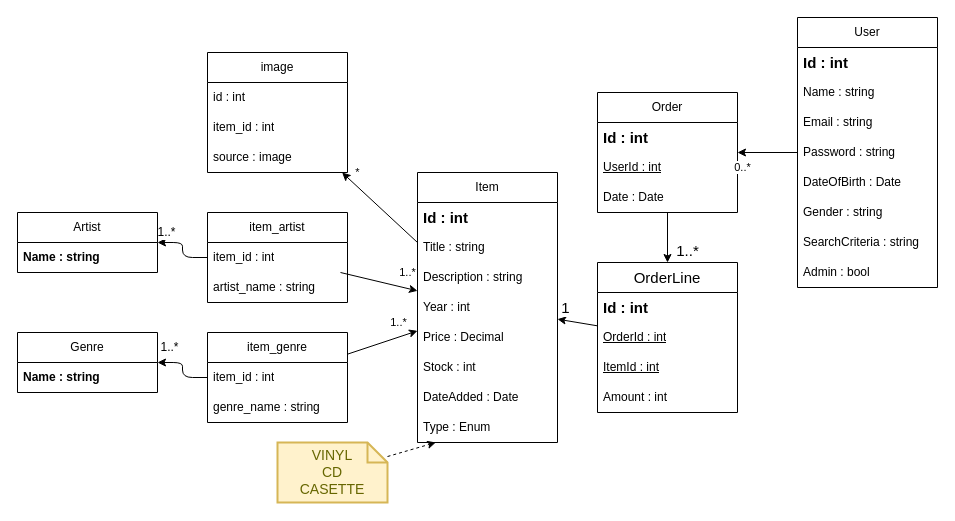
JochemGrootherder/educom-webshop-runtime-records keeps this draw.io diagram as diagrams/ERD.drawio. Above is the earlier version. Source tidied: cells renumbered, new cells numbered last; positions are measured from the earlier drawing's top-left corner, leaving out a move shared by most shapes. Both pictures are drawn from the tidied source at 100%, with x=0, y=0 at pixel (17, 17).
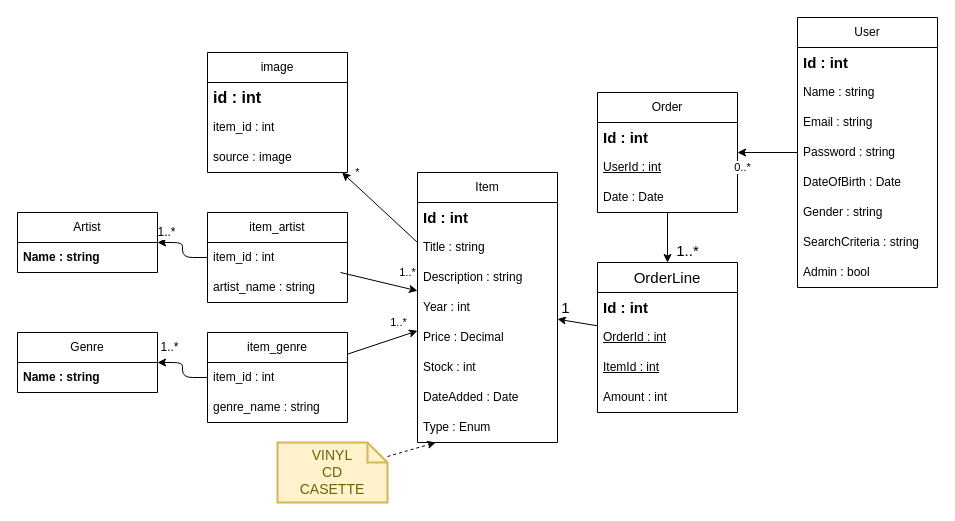
Above is the later version.

Unchanged cells that the change refers to:
```xml
<mxCell id="49" value="image" style="swimlane;fontStyle=0;horizontal=1;startSize=30;whiteSpace=wrap;html=1;" parent="1" vertex="1">
  <mxGeometry x="190" y="35" width="140" height="120" as="geometry" />
</mxCell>
```

What changed in the source:
```diff
@@
-    <mxCell id="50" value="id : int" style="text;strokeColor=none;fillColor=none;align=left;verticalAlign=middle;spacingLeft=4;spacingRight=4;overflow=hidden;whiteSpace=wrap;html=1;" parent="49" vertex="1">
+    <mxCell id="50" value="id : int" style="text;strokeColor=none;fillColor=none;align=left;verticalAlign=middle;spacingLeft=4;spacingRight=4;overflow=hidden;whiteSpace=wrap;html=1;fontStyle=1;fontSize=16;" parent="49" vertex="1">
       <mxGeometry y="30" width="140" height="30" as="geometry" />
     </mxCell>
```
